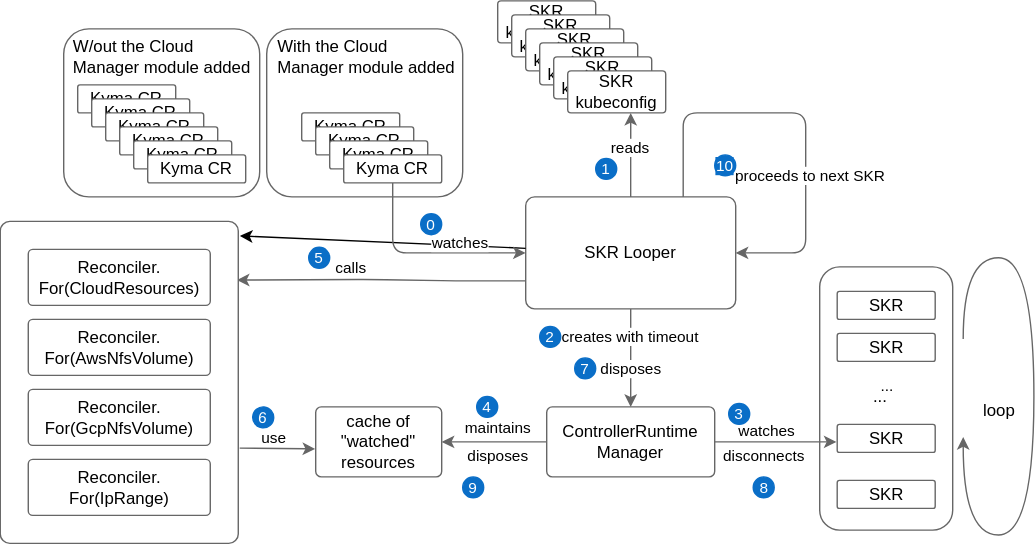
Before: docs/contributor/architecture/assets/skr-controller-manager.drawio.svg, a diagram exported from draw.io (kyma-project/cloud-manager). Source tidied: cells renumbered, new cells last; positions are measured from the earlier drawing's top-left corner, leaving out a move shared by most shapes. The source it was exported from:
```xml
<mxGraphModel background="#ffffff">
  <root>
    <mxCell id="0" />
    <mxCell id="1" parent="0" />
    <mxCell id="2" style="rounded=1;whiteSpace=wrap;html=1;labelBackgroundColor=#FFFFFF;strokeColor=#666666;fontSize=11;fontColor=#000000;fillColor=#FFFFFF;" parent="1" vertex="1">
      <mxGeometry x="585" y="190" width="95" height="188" as="geometry" />
    </mxCell>
    <mxCell id="3" style="rounded=1;whiteSpace=wrap;html=1;strokeColor=#666666;fontColor=#000000;fillColor=#FFFFFF;align=left;" parent="1" vertex="1">
      <mxGeometry x="190" y="20" width="140" height="120" as="geometry" />
    </mxCell>
    <mxCell id="4" style="rounded=1;whiteSpace=wrap;html=1;strokeColor=#666666;fontColor=#000000;fillColor=#FFFFFF;" parent="1" vertex="1">
      <mxGeometry x="45" y="20" width="140" height="120" as="geometry" />
    </mxCell>
    <mxCell id="5" style="edgeStyle=none;html=1;exitX=0.5;exitY=0;exitDx=0;exitDy=0;entryX=0.643;entryY=1;entryDx=0;entryDy=0;entryPerimeter=0;strokeColor=#666666;fontColor=#000000;" parent="1" edge="1" source="8" target="44">
      <mxGeometry relative="1" as="geometry" />
    </mxCell>
    <mxCell id="6" style="edgeStyle=none;html=1;exitX=0.5;exitY=1;exitDx=0;exitDy=0;strokeColor=#666666;fontSize=10;fontColor=#000000;" parent="1" edge="1" source="8" target="20">
      <mxGeometry relative="1" as="geometry">
        <Array as="points">
          <mxPoint x="450" y="240" />
        </Array>
      </mxGeometry>
    </mxCell>
    <mxCell id="7" style="edgeStyle=none;html=1;exitX=0;exitY=0.75;exitDx=0;exitDy=0;entryX=0.994;entryY=0.182;entryDx=0;entryDy=0;entryPerimeter=0;strokeColor=#666666;fontSize=11;fontColor=#000000;endSize=6;" parent="1" edge="1" source="8" target="11">
      <mxGeometry relative="1" as="geometry">
        <Array as="points">
          <mxPoint x="325" y="200" />
          <mxPoint x="265" y="199" />
        </Array>
      </mxGeometry>
    </mxCell>
    <mxCell id="8" value="&lt;font color=&quot;#000000&quot;&gt;SKR Looper&lt;/font&gt;" style="rounded=1;whiteSpace=wrap;html=1;align=center;verticalAlign=middle;spacingLeft=0;spacing=8;arcSize=8;fillColor=#FFFFFF;strokeColor=#666666;" parent="1" vertex="1">
      <mxGeometry x="375" y="140" width="150" height="80" as="geometry" />
    </mxCell>
    <mxCell id="9" value="&lt;font color=&quot;#000000&quot;&gt;Kyma CR&lt;/font&gt;" style="rounded=1;whiteSpace=wrap;html=1;align=center;verticalAlign=middle;spacingLeft=0;spacing=8;arcSize=8;strokeColor=#666666;fillColor=#FFFFFF;" parent="1" vertex="1">
      <mxGeometry x="55" y="60" width="70" height="20" as="geometry" />
    </mxCell>
    <mxCell id="10" value="SKR&lt;br&gt;kubeconfig" style="rounded=1;whiteSpace=wrap;html=1;align=center;verticalAlign=middle;spacingLeft=0;spacing=8;arcSize=8;fontColor=#000000;fillColor=#FFFFFF;strokeColor=#666666;" parent="1" vertex="1">
      <mxGeometry x="355" width="70" height="30" as="geometry" />
    </mxCell>
    <mxCell id="11" style="rounded=1;whiteSpace=wrap;html=1;align=center;verticalAlign=middle;spacingLeft=0;spacing=8;arcSize=4;strokeColor=#666666;fillColor=#FFFFFF;" parent="1" vertex="1">
      <mxGeometry x="-0.3" y="157.5" width="170" height="230" as="geometry" />
    </mxCell>
    <mxCell id="12" value="&lt;font color=&quot;#000000&quot;&gt;Reconciler.&lt;br&gt;For(CloudResources)&lt;/font&gt;" style="rounded=1;whiteSpace=wrap;html=1;align=center;verticalAlign=middle;spacingLeft=0;spacing=8;arcSize=8;fillColor=#FFFFFF;strokeColor=#666666;" parent="1" vertex="1">
      <mxGeometry x="19.7" y="177.5" width="130" height="40" as="geometry" />
    </mxCell>
    <mxCell id="13" value="Reconciler.&lt;br&gt;For(AwsNfsVolume)" style="rounded=1;whiteSpace=wrap;html=1;align=center;verticalAlign=middle;spacingLeft=0;spacing=8;arcSize=8;fillColor=#FFFFFF;strokeColor=#666666;fontColor=#000000;" parent="1" vertex="1">
      <mxGeometry x="19.7" y="227.5" width="130" height="40" as="geometry" />
    </mxCell>
    <mxCell id="14" value="Reconciler.&lt;br&gt;For(GcpNfsVolume)" style="rounded=1;whiteSpace=wrap;html=1;align=center;verticalAlign=middle;spacingLeft=0;spacing=8;arcSize=8;fontColor=#000000;fillColor=#FFFFFF;strokeColor=#666666;" parent="1" vertex="1">
      <mxGeometry x="19.7" y="277.5" width="130" height="40" as="geometry" />
    </mxCell>
    <mxCell id="15" value="Reconciler.&lt;br&gt;For(IpRange)" style="rounded=1;whiteSpace=wrap;html=1;align=center;verticalAlign=middle;spacingLeft=0;spacing=8;arcSize=8;strokeColor=#666666;fillColor=#FFFFFF;fontColor=#000000;" parent="1" vertex="1">
      <mxGeometry x="19.7" y="327.5" width="130" height="40" as="geometry" />
    </mxCell>
    <mxCell id="16" style="rounded=0;jettySize=auto;html=1;entryX=1.007;entryY=0.045;entryDx=0;entryDy=0;entryPerimeter=0;" parent="1" edge="1" source="8" target="11">
      <mxGeometry relative="1" as="geometry" />
    </mxCell>
    <mxCell id="17" style="edgeStyle=none;html=1;exitX=1;exitY=0.5;exitDx=0;exitDy=0;strokeColor=#666666;fontSize=11;fontColor=#000000;endSize=6;" parent="1" edge="1" source="20">
      <mxGeometry relative="1" as="geometry">
        <mxPoint x="597" y="315" as="targetPoint" />
      </mxGeometry>
    </mxCell>
    <mxCell id="18" value="watches" style="edgeLabel;html=1;align=center;verticalAlign=middle;fontSize=11;fontColor=#000000;labelBackgroundColor=#FFFFFF;" parent="17" vertex="1">
      <mxGeometry x="-0.18" y="2.04" relative="1" as="geometry">
        <mxPoint y="-6" as="offset" />
      </mxGeometry>
    </mxCell>
    <mxCell id="19" style="edgeStyle=none;html=1;exitX=0;exitY=0.5;exitDx=0;exitDy=0;entryX=1;entryY=0.5;entryDx=0;entryDy=0;strokeColor=#666666;fontSize=11;fontColor=#000000;endSize=6;" parent="1" edge="1" source="20" target="25">
      <mxGeometry relative="1" as="geometry" />
    </mxCell>
    <mxCell id="20" value="&lt;font style=&quot;background-color: rgb(255, 255, 255);&quot; color=&quot;#000000&quot;&gt;ControllerRuntime&lt;br&gt;Manager&lt;/font&gt;" style="rounded=1;whiteSpace=wrap;html=1;align=center;verticalAlign=middle;spacingLeft=0;spacing=8;arcSize=8;fillColor=#FFFFFF;strokeColor=#666666;" parent="1" vertex="1">
      <mxGeometry x="390" y="290" width="120" height="50" as="geometry" />
    </mxCell>
    <mxCell id="21" value="SKR" style="rounded=1;whiteSpace=wrap;html=1;align=center;verticalAlign=middle;spacingLeft=0;spacing=8;arcSize=8;fontColor=#000000;fillColor=#FFFFFF;strokeColor=#666666;" parent="1" vertex="1">
      <mxGeometry x="597.5" y="207.5" width="70" height="20" as="geometry" />
    </mxCell>
    <mxCell id="22" value="..." style="text;html=1;align=center;verticalAlign=middle;strokeColor=none;fillColor=none;" parent="1" vertex="1">
      <mxGeometry x="612.5" y="267.5" width="30" height="30" as="geometry" />
    </mxCell>
    <mxCell id="23" style="endArrow=classic;html=1;rounded=0;edgeStyle=orthogonalEdgeStyle;curved=1;strokeColor=#666666;" parent="1" edge="1">
      <mxGeometry relative="1" as="geometry">
        <mxPoint x="687.5" y="241.5" as="sourcePoint" />
        <mxPoint x="687.5" y="311.5" as="targetPoint" />
        <Array as="points">
          <mxPoint x="688" y="183.5" />
          <mxPoint x="738" y="183.5" />
          <mxPoint x="738" y="381.5" />
          <mxPoint x="688" y="381.5" />
        </Array>
      </mxGeometry>
    </mxCell>
    <mxCell id="24" value="&lt;font style=&quot;background-color: rgb(255, 255, 255);&quot; color=&quot;#000000&quot;&gt;loop&lt;/font&gt;" style="text;html=1;align=center;verticalAlign=middle;strokeColor=none;fillColor=none;" parent="1" vertex="1">
      <mxGeometry x="687.5" y="277.5" width="50" height="30" as="geometry" />
    </mxCell>
    <mxCell id="25" value="&lt;font style=&quot;background-color: rgb(255, 255, 255);&quot; color=&quot;#000000&quot;&gt;cache of&lt;br&gt;&quot;watched&quot;&lt;/font&gt;&lt;div&gt;&lt;font style=&quot;background-color: rgb(255, 255, 255);&quot; color=&quot;#000000&quot;&gt;resources&lt;/font&gt;&lt;/div&gt;" style="rounded=1;whiteSpace=wrap;html=1;align=center;verticalAlign=middle;spacingLeft=0;spacing=8;arcSize=8;fillColor=#FFFFFF;strokeColor=#666666;" parent="1" vertex="1">
      <mxGeometry x="225" y="290" width="90" height="50" as="geometry" />
    </mxCell>
    <mxCell id="26" style="edgeStyle=orthogonalEdgeStyle;orthogonalLoop=1;jettySize=auto;html=1;entryX=1;entryY=0.5;entryDx=0;entryDy=0;exitX=0.75;exitY=0;exitDx=0;exitDy=0;rounded=1;strokeColor=#666666;" parent="1" edge="1" source="8" target="8">
      <mxGeometry relative="1" as="geometry">
        <Array as="points">
          <mxPoint x="488" y="80" />
          <mxPoint x="575" y="80" />
          <mxPoint x="575" y="180" />
        </Array>
      </mxGeometry>
    </mxCell>
    <mxCell id="27" value="&lt;font color=&quot;#000000&quot;&gt;Kyma CR&lt;/font&gt;" style="rounded=1;whiteSpace=wrap;html=1;align=center;verticalAlign=middle;spacingLeft=0;spacing=8;arcSize=8;strokeColor=#666666;fillColor=#FFFFFF;" parent="1" vertex="1">
      <mxGeometry x="65" y="70" width="70" height="20" as="geometry" />
    </mxCell>
    <mxCell id="28" value="&lt;font color=&quot;#000000&quot;&gt;Kyma CR&lt;/font&gt;" style="rounded=1;whiteSpace=wrap;html=1;align=center;verticalAlign=middle;spacingLeft=0;spacing=8;arcSize=8;strokeColor=#666666;fillColor=#FFFFFF;" parent="1" vertex="1">
      <mxGeometry x="75" y="80" width="70" height="20" as="geometry" />
    </mxCell>
    <mxCell id="29" value="&lt;font color=&quot;#000000&quot;&gt;Kyma CR&lt;/font&gt;" style="rounded=1;whiteSpace=wrap;html=1;align=center;verticalAlign=middle;spacingLeft=0;spacing=8;arcSize=8;strokeColor=#666666;fillColor=#FFFFFF;" parent="1" vertex="1">
      <mxGeometry x="85" y="90" width="70" height="20" as="geometry" />
    </mxCell>
    <mxCell id="30" value="&lt;font color=&quot;#000000&quot;&gt;Kyma CR&lt;/font&gt;" style="rounded=1;whiteSpace=wrap;html=1;align=center;verticalAlign=middle;spacingLeft=0;spacing=8;arcSize=8;strokeColor=#666666;fillColor=#FFFFFF;" parent="1" vertex="1">
      <mxGeometry x="95" y="100" width="70" height="20" as="geometry" />
    </mxCell>
    <mxCell id="31" value="&lt;font color=&quot;#000000&quot;&gt;Kyma CR&lt;/font&gt;" style="rounded=1;whiteSpace=wrap;html=1;align=center;verticalAlign=middle;spacingLeft=0;spacing=8;arcSize=8;strokeColor=#666666;fillColor=#FFFFFF;" parent="1" vertex="1">
      <mxGeometry x="105" y="110" width="70" height="20" as="geometry" />
    </mxCell>
    <mxCell id="32" value="&lt;font color=&quot;#000000&quot;&gt;Kyma CR&lt;/font&gt;" style="rounded=1;whiteSpace=wrap;html=1;align=center;verticalAlign=middle;spacingLeft=0;spacing=8;arcSize=8;strokeColor=#666666;fillColor=#FFFFFF;" parent="1" vertex="1">
      <mxGeometry x="215" y="80" width="70" height="20" as="geometry" />
    </mxCell>
    <mxCell id="33" value="&lt;font color=&quot;#000000&quot;&gt;Kyma CR&lt;/font&gt;" style="rounded=1;whiteSpace=wrap;html=1;align=center;verticalAlign=middle;spacingLeft=0;spacing=8;arcSize=8;strokeColor=#666666;fillColor=#FFFFFF;" parent="1" vertex="1">
      <mxGeometry x="225" y="90" width="70" height="20" as="geometry" />
    </mxCell>
    <mxCell id="34" value="&lt;font color=&quot;#000000&quot;&gt;Kyma CR&lt;/font&gt;" style="rounded=1;whiteSpace=wrap;html=1;align=center;verticalAlign=middle;spacingLeft=0;spacing=8;arcSize=8;strokeColor=#666666;fillColor=#FFFFFF;" parent="1" vertex="1">
      <mxGeometry x="235" y="100" width="70" height="20" as="geometry" />
    </mxCell>
    <mxCell id="35" style="edgeStyle=none;html=1;exitX=0.5;exitY=1;exitDx=0;exitDy=0;entryX=0;entryY=0.5;entryDx=0;entryDy=0;strokeColor=#666666;fontSize=10;fontColor=#000000;" parent="1" edge="1" source="37" target="8">
      <mxGeometry relative="1" as="geometry">
        <Array as="points">
          <mxPoint x="280" y="180" />
        </Array>
      </mxGeometry>
    </mxCell>
    <mxCell id="36" value="&lt;font style=&quot;font-size: 11px;&quot;&gt;watches&lt;/font&gt;" style="edgeLabel;html=1;align=center;verticalAlign=middle;fontSize=10;fontColor=#000000;labelBackgroundColor=#FFFFFF;" parent="35" vertex="1">
      <mxGeometry x="0.22" relative="1" as="geometry">
        <mxPoint x="8" y="-8" as="offset" />
      </mxGeometry>
    </mxCell>
    <mxCell id="37" value="&lt;font color=&quot;#000000&quot;&gt;Kyma CR&lt;/font&gt;" style="rounded=1;whiteSpace=wrap;html=1;align=center;verticalAlign=middle;spacingLeft=0;spacing=8;arcSize=8;strokeColor=#666666;fillColor=#FFFFFF;" parent="1" vertex="1">
      <mxGeometry x="245" y="110" width="70" height="20" as="geometry" />
    </mxCell>
    <mxCell id="38" value="With the Cloud &lt;br&gt;Manager module added" style="text;strokeColor=none;align=left;fillColor=none;html=1;verticalAlign=middle;whiteSpace=wrap;rounded=0;labelBackgroundColor=#FFFFFF;fontColor=#000000;" parent="1" vertex="1">
      <mxGeometry x="196" y="25" width="134" height="30" as="geometry" />
    </mxCell>
    <mxCell id="39" value="W/out the Cloud Manager module added" style="text;strokeColor=none;align=left;fillColor=none;html=1;verticalAlign=middle;whiteSpace=wrap;rounded=0;labelBackgroundColor=#FFFFFF;fontColor=#000000;" parent="1" vertex="1">
      <mxGeometry x="50" y="25" width="130" height="30" as="geometry" />
    </mxCell>
    <mxCell id="40" value="SKR&lt;br&gt;kubeconfig" style="rounded=1;whiteSpace=wrap;html=1;align=center;verticalAlign=middle;spacingLeft=0;spacing=8;arcSize=8;fontColor=#000000;fillColor=#FFFFFF;strokeColor=#666666;" parent="1" vertex="1">
      <mxGeometry x="365" y="10" width="70" height="30" as="geometry" />
    </mxCell>
    <mxCell id="41" value="SKR&lt;br&gt;kubeconfig" style="rounded=1;whiteSpace=wrap;html=1;align=center;verticalAlign=middle;spacingLeft=0;spacing=8;arcSize=8;fontColor=#000000;fillColor=#FFFFFF;strokeColor=#666666;" parent="1" vertex="1">
      <mxGeometry x="375" y="20" width="70" height="30" as="geometry" />
    </mxCell>
    <mxCell id="42" value="SKR&lt;br&gt;kubeconfig" style="rounded=1;whiteSpace=wrap;html=1;align=center;verticalAlign=middle;spacingLeft=0;spacing=8;arcSize=8;fontColor=#000000;fillColor=#FFFFFF;strokeColor=#666666;" parent="1" vertex="1">
      <mxGeometry x="385" y="30" width="70" height="30" as="geometry" />
    </mxCell>
    <mxCell id="43" value="SKR&lt;br&gt;kubeconfig" style="rounded=1;whiteSpace=wrap;html=1;align=center;verticalAlign=middle;spacingLeft=0;spacing=8;arcSize=8;fontColor=#000000;fillColor=#FFFFFF;strokeColor=#666666;" parent="1" vertex="1">
      <mxGeometry x="395" y="40" width="70" height="30" as="geometry" />
    </mxCell>
    <mxCell id="44" value="SKR&lt;br&gt;kubeconfig" style="rounded=1;whiteSpace=wrap;html=1;align=center;verticalAlign=middle;spacingLeft=0;spacing=8;arcSize=8;fontColor=#000000;fillColor=#FFFFFF;strokeColor=#666666;" parent="1" vertex="1">
      <mxGeometry x="405" y="50" width="70" height="30" as="geometry" />
    </mxCell>
    <mxCell id="45" value="&lt;font style=&quot;font-size: 11px;&quot;&gt;reads&lt;/font&gt;" style="text;strokeColor=none;align=center;fillColor=none;html=1;verticalAlign=middle;whiteSpace=wrap;rounded=0;labelBackgroundColor=#FFFFFF;fontColor=#000000;fontSize=10;" parent="1" vertex="1">
      <mxGeometry x="420" y="90" width="60" height="30" as="geometry" />
    </mxCell>
    <mxCell id="46" value="creates with timeout" style="text;strokeColor=none;align=center;fillColor=none;html=1;verticalAlign=middle;whiteSpace=wrap;rounded=0;labelBackgroundColor=#FFFFFF;fontSize=11;fontColor=#000000;" parent="1" vertex="1">
      <mxGeometry x="395" y="225" width="110" height="30" as="geometry" />
    </mxCell>
    <mxCell id="47" value="SKR" style="rounded=1;whiteSpace=wrap;html=1;align=center;verticalAlign=middle;spacingLeft=0;spacing=8;arcSize=8;fontColor=#000000;fillColor=#FFFFFF;strokeColor=#666666;" parent="1" vertex="1">
      <mxGeometry x="597.5" y="237.5" width="70" height="20" as="geometry" />
    </mxCell>
    <mxCell id="48" value="SKR" style="rounded=1;whiteSpace=wrap;html=1;align=center;verticalAlign=middle;spacingLeft=0;spacing=8;arcSize=8;fontColor=#000000;fillColor=#FFFFFF;strokeColor=#666666;" parent="1" vertex="1">
      <mxGeometry x="597.5" y="302.5" width="70" height="20" as="geometry" />
    </mxCell>
    <mxCell id="49" value="SKR" style="rounded=1;whiteSpace=wrap;html=1;align=center;verticalAlign=middle;spacingLeft=0;spacing=8;arcSize=8;fontColor=#000000;fillColor=#FFFFFF;strokeColor=#666666;" parent="1" vertex="1">
      <mxGeometry x="597.5" y="342.5" width="70" height="20" as="geometry" />
    </mxCell>
    <mxCell id="50" value="..." style="text;html=1;align=center;verticalAlign=middle;strokeColor=none;fillColor=none;fontSize=11;fontColor=#000000;" parent="1" vertex="1">
      <mxGeometry x="617.5" y="260" width="30" height="30" as="geometry" />
    </mxCell>
    <mxCell id="51" value="maintains" style="text;html=1;align=center;verticalAlign=middle;strokeColor=none;fillColor=none;fontSize=11;fontColor=#000000;labelBackgroundColor=#FFFFFF;" parent="1" vertex="1">
      <mxGeometry x="320" y="290" width="70" height="30" as="geometry" />
    </mxCell>
    <mxCell id="52" value="calls" style="text;html=1;align=center;verticalAlign=middle;strokeColor=none;fillColor=none;fontSize=11;fontColor=#000000;labelBackgroundColor=#FFFFFF;" parent="1" vertex="1">
      <mxGeometry x="225" y="176" width="50" height="30" as="geometry" />
    </mxCell>
    <mxCell id="53" style="endArrow=classic;html=1;strokeColor=#666666;fontSize=11;fontColor=#000000;endSize=6;exitX=1.006;exitY=0.704;exitDx=0;exitDy=0;exitPerimeter=0;entryX=-0.004;entryY=0.6;entryDx=0;entryDy=0;entryPerimeter=0;" parent="1" edge="1" source="11" target="25">
      <mxGeometry relative="1" as="geometry" />
    </mxCell>
    <mxCell id="54" value="use" style="text;html=1;align=center;verticalAlign=middle;strokeColor=none;fillColor=none;fontSize=11;fontColor=#000000;labelBackgroundColor=#FFFFFF;" parent="1" vertex="1">
      <mxGeometry x="175" y="297" width="40" height="30" as="geometry" />
    </mxCell>
    <mxCell id="55" value="disposes" style="text;html=1;align=center;verticalAlign=middle;strokeColor=none;fillColor=none;fontSize=11;fontColor=#000000;labelBackgroundColor=#FFFFFF;" parent="1" vertex="1">
      <mxGeometry x="415" y="247.5" width="70" height="30" as="geometry" />
    </mxCell>
    <mxCell id="56" value="disconnects" style="text;html=1;align=center;verticalAlign=middle;strokeColor=none;fillColor=none;fontSize=11;fontColor=#000000;labelBackgroundColor=#FFFFFF;" parent="1" vertex="1">
      <mxGeometry x="505" y="310" width="80" height="30" as="geometry" />
    </mxCell>
    <mxCell id="57" value="disposes" style="text;html=1;align=center;verticalAlign=middle;strokeColor=none;fillColor=none;fontSize=11;fontColor=#000000;labelBackgroundColor=#FFFFFF;" parent="1" vertex="1">
      <mxGeometry x="320" y="310" width="70" height="30" as="geometry" />
    </mxCell>
    <mxCell id="58" value="proceeds to next SKR" style="text;html=1;align=center;verticalAlign=middle;strokeColor=none;fillColor=none;fontSize=11;fontColor=#000000;labelBackgroundColor=#FFFFFF;" parent="1" vertex="1">
      <mxGeometry x="512.5" y="110" width="130" height="30" as="geometry" />
    </mxCell>
    <mxCell id="59" value="9" style="ellipse;whiteSpace=wrap;html=1;labelBackgroundColor=#0A6EC7;strokeColor=#0A6EC7;fontSize=11;fontColor=#FFFFFF;fillColor=#0A6EC7;" parent="1" vertex="1">
      <mxGeometry x="330" y="340" width="15" height="15" as="geometry" />
    </mxCell>
    <mxCell id="60" value="6" style="ellipse;whiteSpace=wrap;html=1;labelBackgroundColor=#0A6EC7;strokeColor=#0A6EC7;fontSize=11;fontColor=#FFFFFF;fillColor=#0A6EC7;rotation=5;" parent="1" vertex="1">
      <mxGeometry x="180" y="290" width="15" height="15" as="geometry" />
    </mxCell>
    <mxCell id="61" value="8" style="ellipse;whiteSpace=wrap;html=1;labelBackgroundColor=#0A6EC7;strokeColor=#0A6EC7;fontSize=11;fontColor=#FFFFFF;fillColor=#0A6EC7;" parent="1" vertex="1">
      <mxGeometry x="537.5" y="340" width="15" height="15" as="geometry" />
    </mxCell>
    <mxCell id="62" value="3" style="ellipse;whiteSpace=wrap;html=1;labelBackgroundColor=#0A6EC7;strokeColor=#0A6EC7;fontSize=11;fontColor=#FFFFFF;fillColor=#0A6EC7;" parent="1" vertex="1">
      <mxGeometry x="520" y="287.5" width="15" height="15" as="geometry" />
    </mxCell>
    <mxCell id="63" value="5" style="ellipse;whiteSpace=wrap;html=1;labelBackgroundColor=#0A6EC7;strokeColor=#0A6EC7;fontSize=11;fontColor=#FFFFFF;fillColor=#0A6EC7;" parent="1" vertex="1">
      <mxGeometry x="220" y="176" width="15" height="15" as="geometry" />
    </mxCell>
    <mxCell id="64" value="10" style="ellipse;whiteSpace=wrap;html=1;labelBackgroundColor=#0A6EC7;strokeColor=#0A6EC7;fontSize=11;fontColor=#FFFFFF;fillColor=#0A6EC7;" parent="1" vertex="1">
      <mxGeometry x="510" y="110" width="15" height="15" as="geometry" />
    </mxCell>
    <mxCell id="65" value="7" style="ellipse;whiteSpace=wrap;html=1;labelBackgroundColor=#0A6EC7;strokeColor=#0A6EC7;fontSize=11;fontColor=#FFFFFF;fillColor=#0A6EC7;" parent="1" vertex="1">
      <mxGeometry x="410" y="255" width="15" height="15" as="geometry" />
    </mxCell>
    <mxCell id="66" value="2" style="ellipse;whiteSpace=wrap;html=1;labelBackgroundColor=#0A6EC7;strokeColor=#0A6EC7;fontSize=11;fontColor=#FFFFFF;fillColor=#0A6EC7;" parent="1" vertex="1">
      <mxGeometry x="385" y="232.5" width="15" height="15" as="geometry" />
    </mxCell>
    <mxCell id="67" value="1" style="ellipse;whiteSpace=wrap;html=1;labelBackgroundColor=#0A6EC7;strokeColor=#0A6EC7;fontSize=11;fontColor=#FFFFFF;fillColor=#0A6EC7;" parent="1" vertex="1">
      <mxGeometry x="425" y="112.5" width="15" height="15" as="geometry" />
    </mxCell>
    <mxCell id="68" value="0" style="ellipse;whiteSpace=wrap;html=1;labelBackgroundColor=#0A6EC7;strokeColor=#0A6EC7;fontSize=11;fontColor=#FFFFFF;fillColor=#0A6EC7;" parent="1" vertex="1">
      <mxGeometry x="300" y="152" width="15" height="15" as="geometry" />
    </mxCell>
    <mxCell id="69" value="4" style="ellipse;whiteSpace=wrap;html=1;labelBackgroundColor=#0A6EC7;strokeColor=#0A6EC7;fontSize=11;fontColor=#FFFFFF;fillColor=#0A6EC7;" parent="1" vertex="1">
      <mxGeometry x="340" y="282.5" width="15" height="15" as="geometry" />
    </mxCell>
  </root>
</mxGraphModel>
```
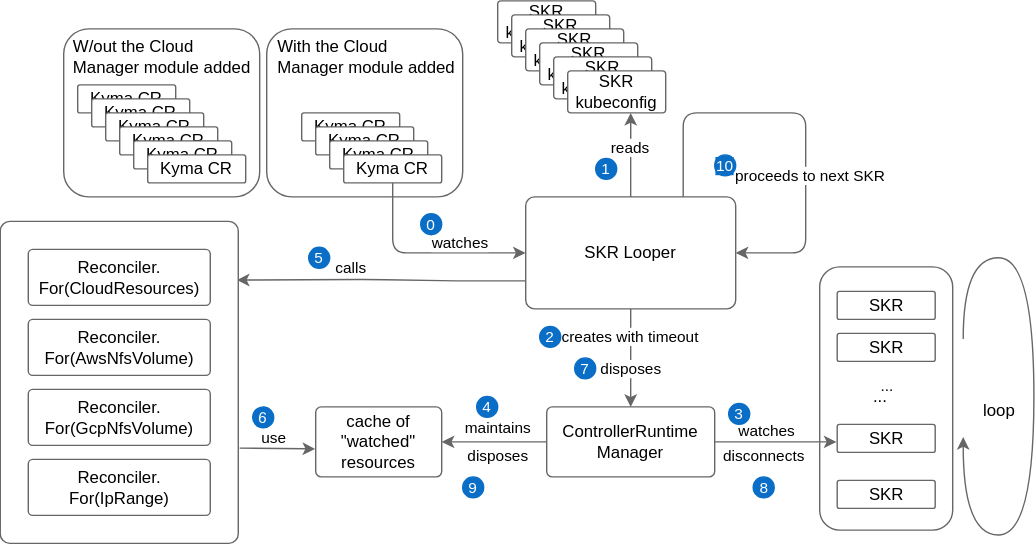
Above is the later version.

Diff of the diagram source:
```diff
@@ -53,9 +53,6 @@
     <mxCell id="15" value="Reconciler.&lt;br&gt;For(IpRange)" style="rounded=1;whiteSpace=wrap;html=1;align=center;verticalAlign=middle;spacingLeft=0;spacing=8;arcSize=8;strokeColor=#666666;fillColor=#FFFFFF;fontColor=#000000;" parent="1" vertex="1">
       <mxGeometry x="19.7" y="327.5" width="130" height="40" as="geometry" />
     </mxCell>
-    <mxCell id="16" style="rounded=0;jettySize=auto;html=1;entryX=1.007;entryY=0.045;entryDx=0;entryDy=0;entryPerimeter=0;" parent="1" edge="1" source="8" target="11">
-      <mxGeometry relative="1" as="geometry" />
-    </mxCell>
     <mxCell id="17" style="edgeStyle=none;html=1;exitX=1;exitY=0.5;exitDx=0;exitDy=0;strokeColor=#666666;fontSize=11;fontColor=#000000;endSize=6;" parent="1" edge="1" source="20">
       <mxGeometry relative="1" as="geometry">
         <mxPoint x="597" y="315" as="targetPoint" />
```
